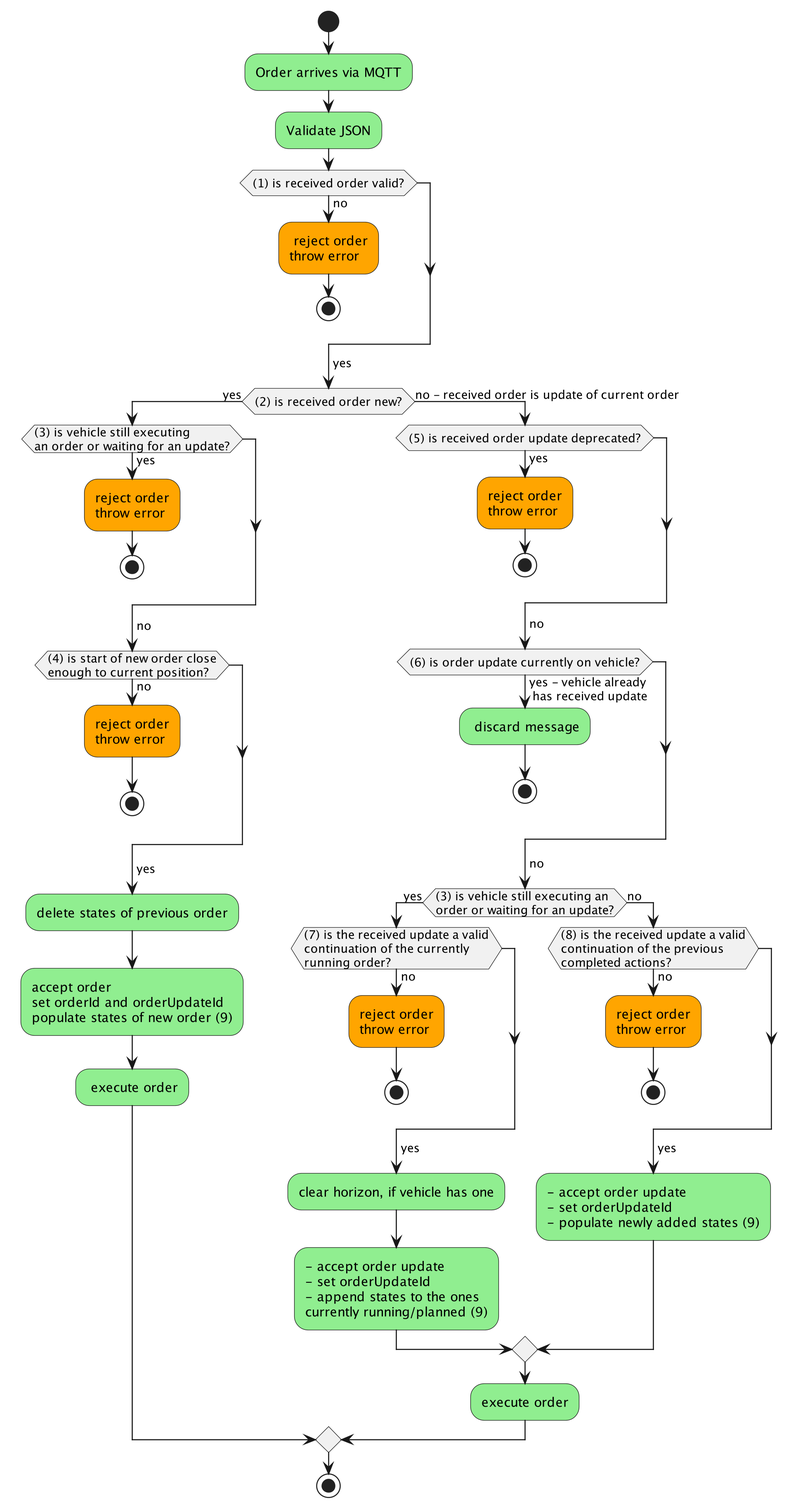
Before: assets/process_order_update.png, a diagram exported from PlantUML (VDA5050/VDA5050).
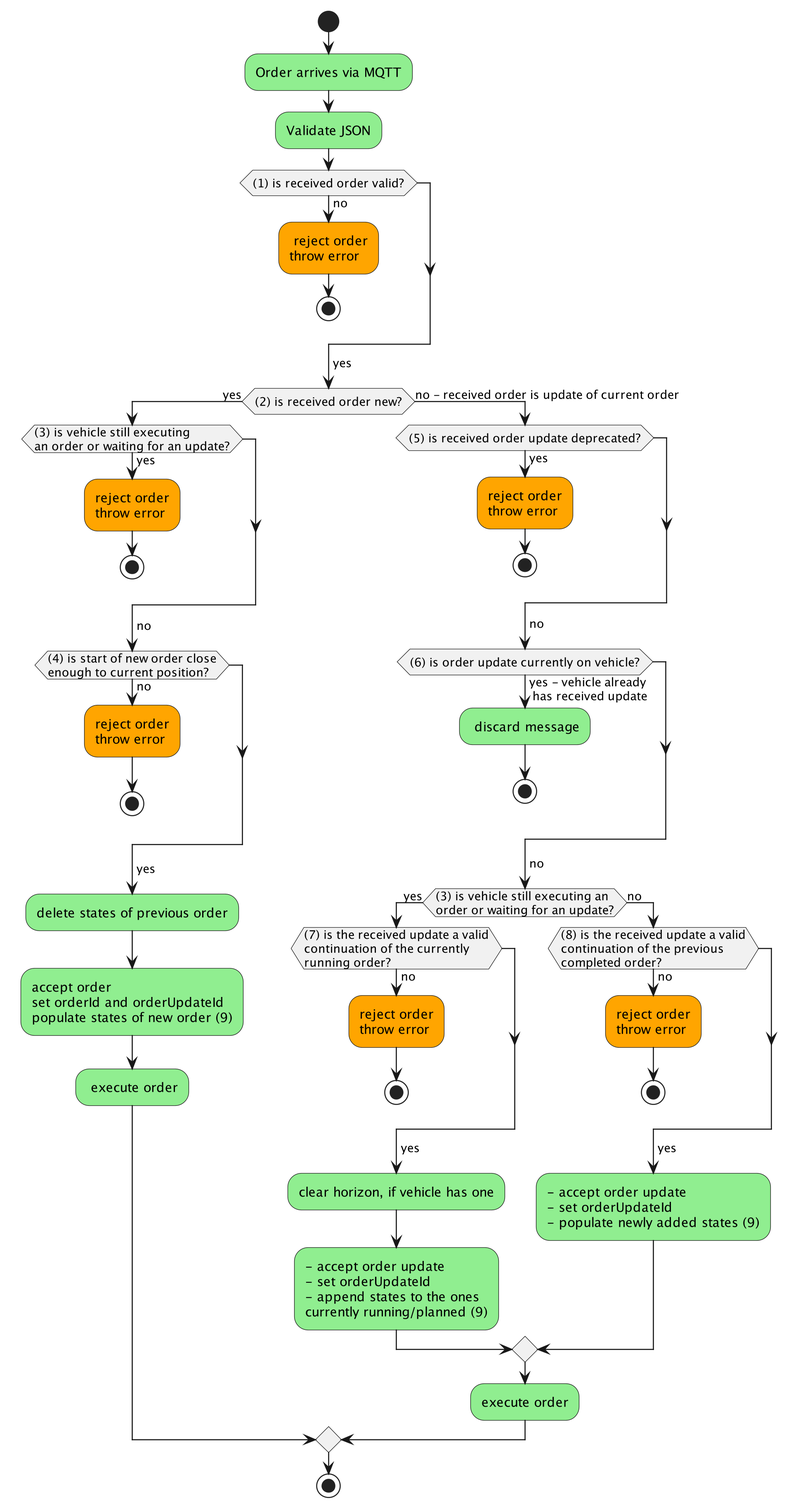
Later version of the same file.

What changed in the source:
```diff
@@ -43,7 +43,7 @@
                         #lightgreen:clear horizon, if vehicle has one;
                         #lightgreen:- accept order update\n- set orderUpdateId\n- append states to the ones\ncurrently running/planned (9);
                 else (no)
-                    if ((8) is the received update a valid\ncontinuation of the previous\ncompleted actions?) then (no)
+                    if ((8) is the received update a valid\ncontinuation of the previous\ncompleted order?) then (no)
                         #orange:reject order\nthrow error;
                         stop;
                     endif
```
